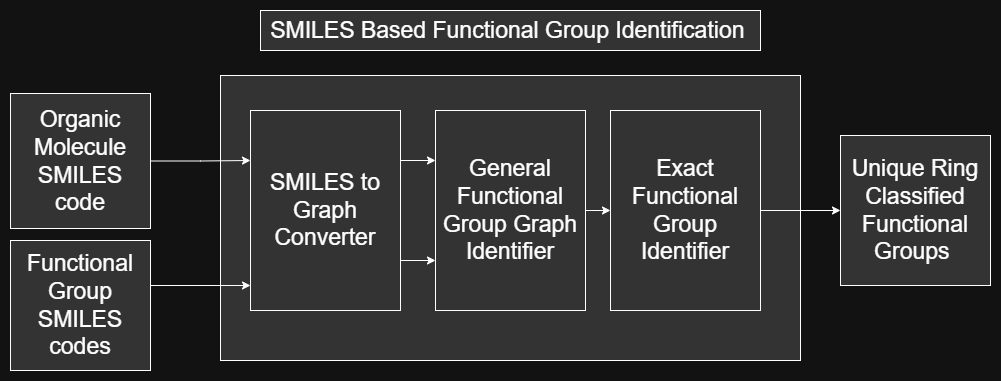
This is docs/source/_static/SMILES_Based_Functional_Group_Identification.png from wtriddle/IFG, a draw.io export, as it was before one commit. Source tidied: cells renumbered, new cells last; positions are measured from the earlier drawing's top-left corner, leaving out a move shared by most shapes. The source it was exported from:
```xml
<mxGraphModel background="#121212">
  <root>
    <mxCell id="0" />
    <mxCell id="1" parent="0" />
    <mxCell id="2" style="rounded=0;whiteSpace=wrap;html=1;fillColor=#333333;fontColor=#FFFFFF;labelBorderColor=none;labelBackgroundColor=none;strokeColor=#FFFFFF;fontSize=23;" parent="1" vertex="1">
      <mxGeometry x="210" y="65" width="580" height="285" as="geometry" />
    </mxCell>
    <mxCell id="3" style="edgeStyle=orthogonalEdgeStyle;rounded=0;jettySize=auto;html=1;fontSize=23;entryX=0;entryY=0.25;entryDx=0;entryDy=0;exitX=1;exitY=0.25;exitDx=0;exitDy=0;strokeColor=#FFFFFF;" parent="1" edge="1" source="5" target="6">
      <mxGeometry relative="1" as="geometry" />
    </mxCell>
    <mxCell id="4" style="edgeStyle=orthogonalEdgeStyle;rounded=0;jettySize=auto;html=1;fontSize=23;entryX=0;entryY=0.75;entryDx=0;entryDy=0;exitX=1;exitY=0.75;exitDx=0;exitDy=0;strokeColor=#FFFFFF;" parent="1" edge="1" source="5" target="6">
      <mxGeometry relative="1" as="geometry" />
    </mxCell>
    <mxCell id="5" value="SMILES to Graph Converter" style="rounded=0;whiteSpace=wrap;html=1;fillColor=#333333;fontColor=#FFFFFF;labelBorderColor=none;labelBackgroundColor=none;strokeColor=#FFFFFF;fontSize=23;" parent="1" vertex="1">
      <mxGeometry x="240" y="100" width="150" height="200" as="geometry" />
    </mxCell>
    <mxCell id="6" value="General Functional Group Graph Identifier" style="rounded=0;whiteSpace=wrap;html=1;fillColor=#333333;fontColor=#FFFFFF;labelBorderColor=none;labelBackgroundColor=none;strokeColor=#FFFFFF;fontSize=23;" parent="1" vertex="1">
      <mxGeometry x="425" y="100" width="150" height="200" as="geometry" />
    </mxCell>
    <mxCell id="7" style="endArrow=classic;html=1;rounded=0;entryX=0;entryY=0.5;entryDx=0;entryDy=0;exitX=1;exitY=0.5;exitDx=0;exitDy=0;strokeColor=#FFFFFF;fontSize=23;" parent="1" edge="1" source="6" target="8">
      <mxGeometry relative="1" as="geometry" />
    </mxCell>
    <mxCell id="8" value="Exact Functional Group Identifier" style="rounded=0;whiteSpace=wrap;html=1;fillColor=#333333;fontColor=#FFFFFF;labelBorderColor=none;labelBackgroundColor=none;strokeColor=#FFFFFF;fontSize=23;" parent="1" vertex="1">
      <mxGeometry x="600" y="100" width="150" height="200" as="geometry" />
    </mxCell>
    <mxCell id="9" style="endArrow=classic;html=1;rounded=0;exitX=1;exitY=0.5;exitDx=0;exitDy=0;strokeColor=#FFFFFF;fontSize=23;entryX=0;entryY=0.5;entryDx=0;entryDy=0;" parent="1" edge="1" source="8" target="11">
      <mxGeometry relative="1" as="geometry" />
    </mxCell>
    <mxCell id="10" value="SMILES Based Functional Group Identification&amp;nbsp;" style="text;html=1;align=center;verticalAlign=middle;strokeColor=#FFFFFF;fillColor=#333333;fontSize=23;fontColor=#FFFFFF;labelBorderColor=none;labelBackgroundColor=none;" parent="1" vertex="1">
      <mxGeometry x="250" width="500" height="40" as="geometry" />
    </mxCell>
    <mxCell id="11" value="&lt;span style=&quot;&quot;&gt;Unique Ring Classified Functional Groups&amp;nbsp;&lt;/span&gt;" style="rounded=0;whiteSpace=wrap;html=1;fillColor=#333333;fontColor=#FFFFFF;labelBorderColor=none;labelBackgroundColor=none;strokeColor=#FFFFFF;fontSize=23;" parent="1" vertex="1">
      <mxGeometry x="830" y="125" width="150" height="150" as="geometry" />
    </mxCell>
    <mxCell id="12" value="&lt;span style=&quot;&quot;&gt;Organic Molecule SMILES code&lt;/span&gt;" style="rounded=0;whiteSpace=wrap;html=1;fillColor=#333333;fontColor=#FFFFFF;labelBorderColor=none;labelBackgroundColor=none;strokeColor=#FFFFFF;fontSize=23;" parent="1" vertex="1">
      <mxGeometry y="83" width="140" height="135" as="geometry" />
    </mxCell>
    <mxCell id="13" value="&lt;span style=&quot;&quot;&gt;Functional Group SMILES codes&lt;/span&gt;" style="rounded=0;whiteSpace=wrap;html=1;fillColor=#333333;fontColor=#FFFFFF;labelBorderColor=none;labelBackgroundColor=none;strokeColor=#FFFFFF;fontSize=23;" parent="1" vertex="1">
      <mxGeometry y="230" width="140" height="130" as="geometry" />
    </mxCell>
    <mxCell id="14" style="edgeStyle=orthogonalEdgeStyle;rounded=0;jettySize=auto;html=1;fontSize=23;entryX=0;entryY=0.25;entryDx=0;entryDy=0;exitX=1;exitY=0.5;exitDx=0;exitDy=0;strokeColor=#FFFFFF;" parent="1" edge="1" source="12" target="5">
      <mxGeometry relative="1" as="geometry" />
    </mxCell>
    <mxCell id="15" style="edgeStyle=orthogonalEdgeStyle;rounded=0;orthogonalLoop=1;jettySize=auto;html=1;fontSize=23;entryX=0;entryY=0.25;entryDx=0;entryDy=0;exitX=1;exitY=0.5;exitDx=0;exitDy=0;strokeColor=#FFFFFF;" parent="1" edge="1">
      <mxGeometry relative="1" as="geometry">
        <mxPoint x="140" y="275" as="sourcePoint" />
        <mxPoint x="240" y="275" as="targetPoint" />
      </mxGeometry>
    </mxCell>
  </root>
</mxGraphModel>
```
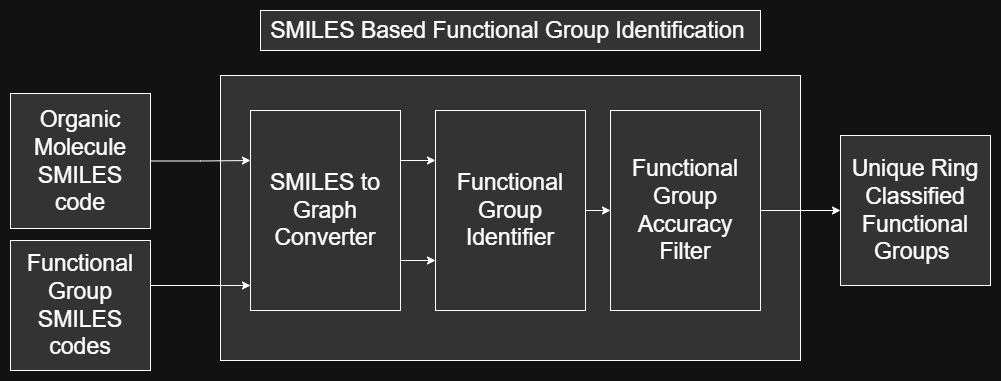
After the commit.

Change to the diagram source:
```diff
@@ -14,13 +14,13 @@
     <mxCell id="5" value="SMILES to Graph Converter" style="rounded=0;whiteSpace=wrap;html=1;fillColor=#333333;fontColor=#FFFFFF;labelBorderColor=none;labelBackgroundColor=none;strokeColor=#FFFFFF;fontSize=23;" parent="1" vertex="1">
       <mxGeometry x="240" y="100" width="150" height="200" as="geometry" />
     </mxCell>
-    <mxCell id="6" value="General Functional Group Graph Identifier" style="rounded=0;whiteSpace=wrap;html=1;fillColor=#333333;fontColor=#FFFFFF;labelBorderColor=none;labelBackgroundColor=none;strokeColor=#FFFFFF;fontSize=23;" parent="1" vertex="1">
+    <mxCell id="6" value="Functional Group Identifier" style="rounded=0;whiteSpace=wrap;html=1;fillColor=#333333;fontColor=#FFFFFF;labelBorderColor=none;labelBackgroundColor=none;strokeColor=#FFFFFF;fontSize=23;" parent="1" vertex="1">
       <mxGeometry x="425" y="100" width="150" height="200" as="geometry" />
     </mxCell>
     <mxCell id="7" style="endArrow=classic;html=1;rounded=0;entryX=0;entryY=0.5;entryDx=0;entryDy=0;exitX=1;exitY=0.5;exitDx=0;exitDy=0;strokeColor=#FFFFFF;fontSize=23;" parent="1" edge="1" source="6" target="8">
       <mxGeometry relative="1" as="geometry" />
     </mxCell>
-    <mxCell id="8" value="Exact Functional Group Identifier" style="rounded=0;whiteSpace=wrap;html=1;fillColor=#333333;fontColor=#FFFFFF;labelBorderColor=none;labelBackgroundColor=none;strokeColor=#FFFFFF;fontSize=23;" parent="1" vertex="1">
+    <mxCell id="8" value="Functional Group Accuracy Filter" style="rounded=0;whiteSpace=wrap;html=1;fillColor=#333333;fontColor=#FFFFFF;labelBorderColor=none;labelBackgroundColor=none;strokeColor=#FFFFFF;fontSize=23;" parent="1" vertex="1">
       <mxGeometry x="600" y="100" width="150" height="200" as="geometry" />
     </mxCell>
     <mxCell id="9" style="endArrow=classic;html=1;rounded=0;exitX=1;exitY=0.5;exitDx=0;exitDy=0;strokeColor=#FFFFFF;fontSize=23;entryX=0;entryY=0.5;entryDx=0;entryDy=0;" parent="1" edge="1" source="8" target="11">
```
